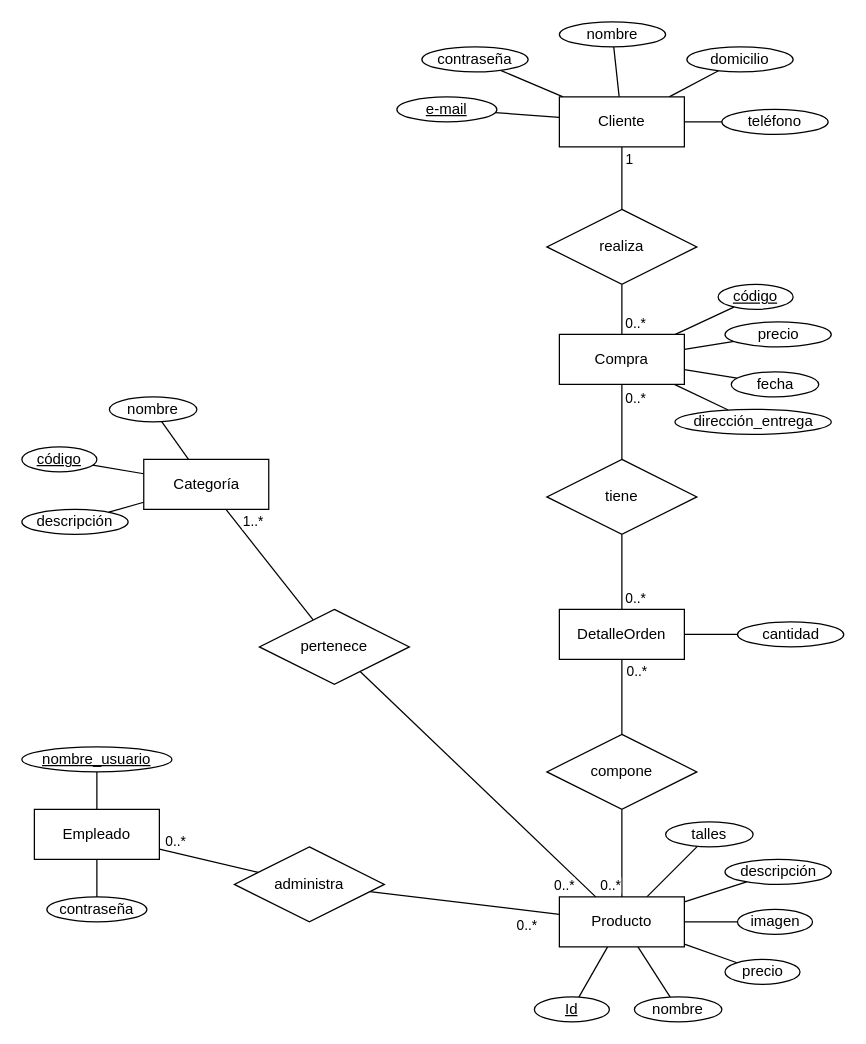
Above: design/Diagrama entidad-relación.drawio in iaw-2023/algorithm_avengers-laravel (draw.io), before the change. Source tidied: cells renumbered, new cells numbered last; positions are measured from the earlier drawing's top-left corner, leaving out a move shared by most shapes. Both pictures are drawn from the tidied source at 125%, with x=0, y=0 at pixel (21, 21).
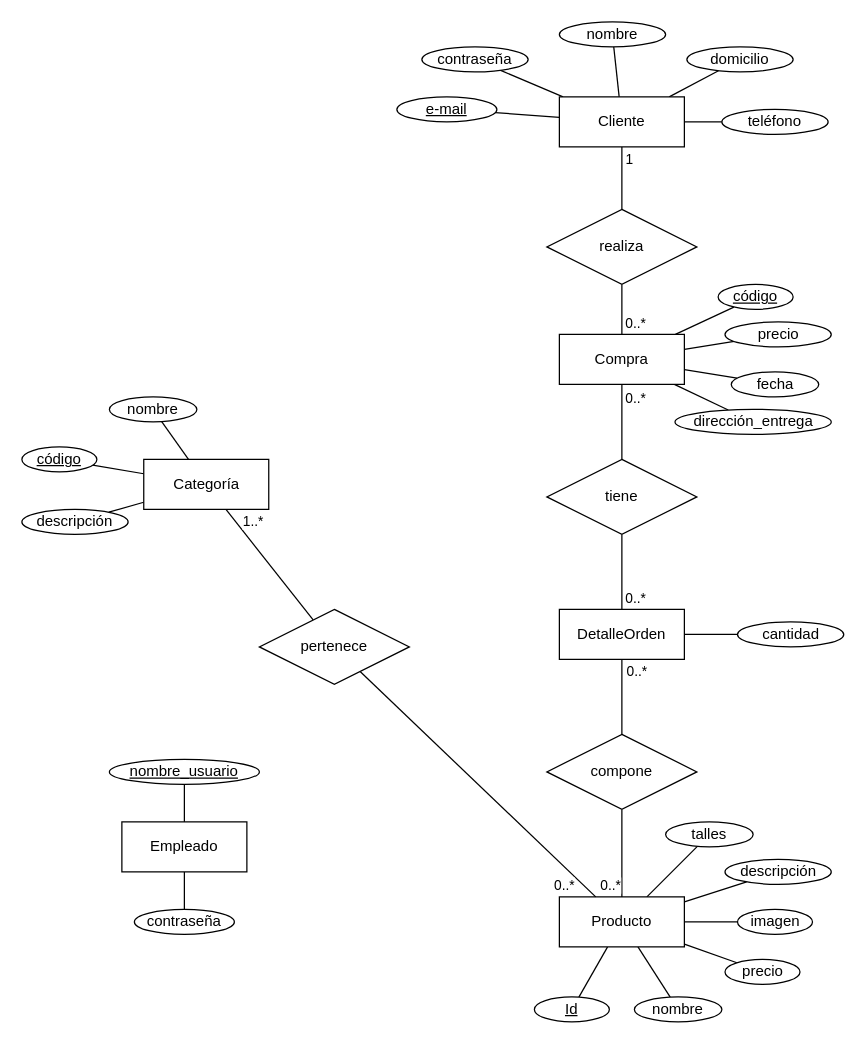
The same diagram, later.

Commit message (it also covers changes not shown here):
Corregido diagrama de entidad-relación

The change refers to these unchanged cells:
```xml
<mxCell id="8" value="Producto" style="whiteSpace=wrap;html=1;align=center;" parent="1" vertex="1">
  <mxGeometry x="430" y="700" width="100" height="40" as="geometry" />
</mxCell>
```

Diff of the diagram source:
```diff
@@
     <mxCell id="46" value="Empleado" style="whiteSpace=wrap;html=1;align=center;" parent="1" vertex="1">
-      <mxGeometry x="10" y="630" width="100" height="40" as="geometry" />
+      <mxGeometry x="80" y="640" width="100" height="40" as="geometry" />
     </mxCell>
-    <mxCell id="47" style="edgeStyle=none;rounded=0;jettySize=auto;html=1;endArrow=none;endFill=0;" parent="1" edge="1" source="51" target="8">
-      <mxGeometry relative="1" as="geometry" />
-    </mxCell>
-    <mxCell id="48" value="0..*" style="edgeLabel;html=1;align=center;verticalAlign=middle;" parent="47" vertex="1">
-      <mxGeometry x="0.63" y="1" relative="1" as="geometry">
-        <mxPoint x="2" y="13" as="offset" />
-      </mxGeometry>
-    </mxCell>
-    <mxCell id="49" style="edgeStyle=none;rounded=0;jettySize=auto;html=1;endArrow=none;endFill=0;" parent="1" edge="1" source="51" target="46">
-      <mxGeometry relative="1" as="geometry" />
-    </mxCell>
-    <mxCell id="50" value="0..*" style="edgeLabel;html=1;align=center;verticalAlign=middle;" parent="49" vertex="1">
-      <mxGeometry x="0.41" y="-2" relative="1" as="geometry">
-        <mxPoint x="-12" y="-10" as="offset" />
-      </mxGeometry>
-    </mxCell>
-    <mxCell id="51" value="administra" style="shape=rhombus;perimeter=rhombusPerimeter;whiteSpace=wrap;html=1;align=center;" parent="1" vertex="1">
-      <mxGeometry x="170" y="660" width="120" height="60" as="geometry" />
-    </mxCell>
     <mxCell id="52" value="nombre_usuario" style="ellipse;whiteSpace=wrap;html=1;align=center;fontStyle=4;" parent="1" vertex="1">
-      <mxGeometry y="580" width="120" height="20" as="geometry" />
+      <mxGeometry x="70" y="590" width="120" height="20" as="geometry" />
     </mxCell>
     <mxCell id="53" value="contraseña" style="ellipse;whiteSpace=wrap;html=1;align=center;fontStyle=0;" parent="1" vertex="1">
-      <mxGeometry x="20" y="700" width="80" height="20" as="geometry" />
+      <mxGeometry x="90" y="710" width="80" height="20" as="geometry" />
     </mxCell>
```
